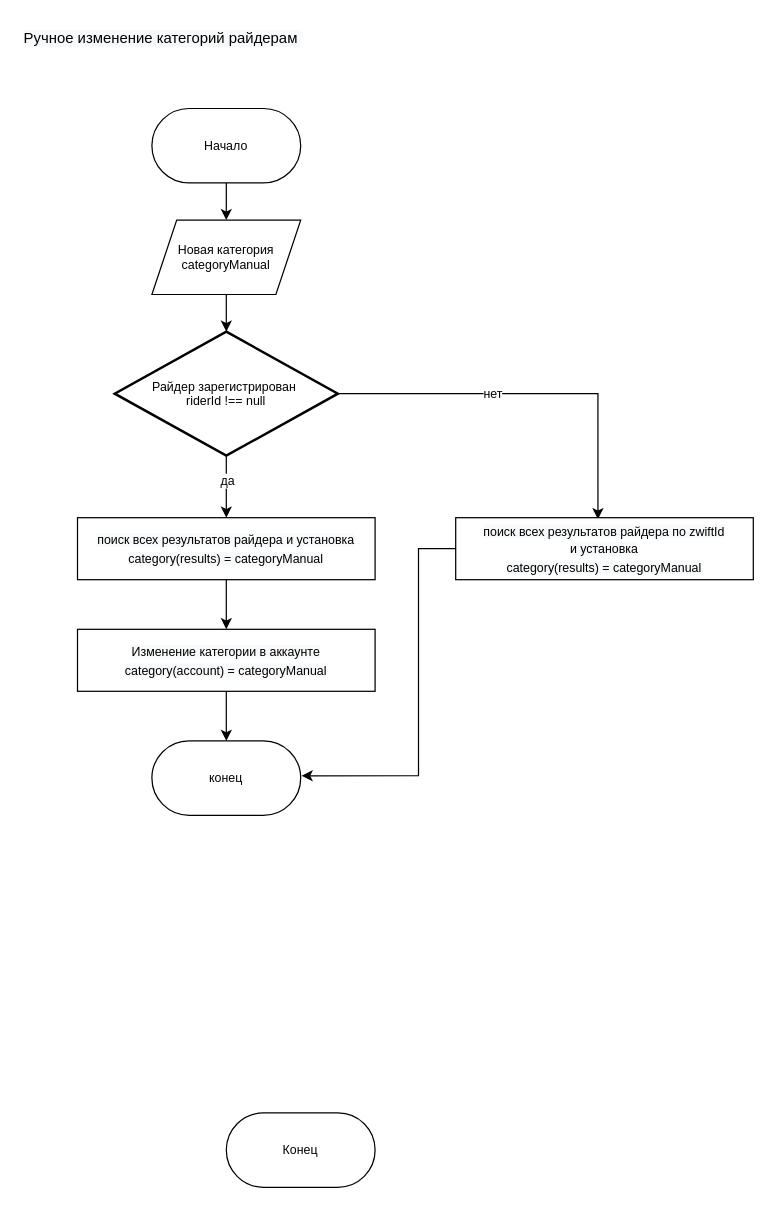
Before: page "Change categories manual" (6 of 6) of documents/algorithms.drawio in caH40/bot_komon_v2, a draw.io diagram. Source tidied: cells renumbered, new cells numbered last; positions are measured from the earlier drawing's top-left corner, leaving out a move shared by most shapes. Both pictures are drawn from the tidied source at 124%, with x=0, y=0 at pixel (21, 21).
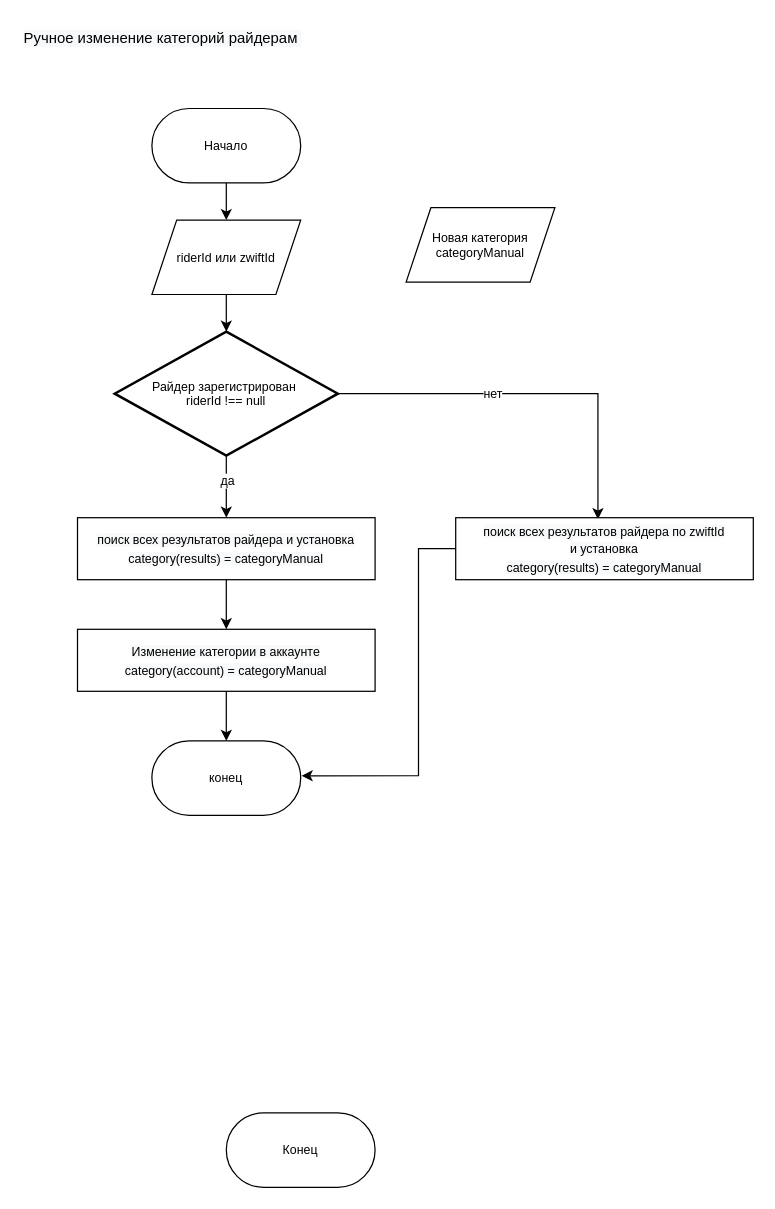
The same page after the edit.

Diff of the diagram source:
```diff
@@
-    <mxCell id="7" value="Новая категория&lt;br&gt;categoryManual" style="shape=parallelogram;perimeter=parallelogramPerimeter;whiteSpace=wrap;html=1;fixedSize=1;fontSize=10;" parent="1" vertex="1">
+    <mxCell id="7" value="riderId или zwiftId" style="shape=parallelogram;perimeter=parallelogramPerimeter;whiteSpace=wrap;html=1;fixedSize=1;fontSize=10;" parent="1" vertex="1">
       <mxGeometry x="105" y="160" width="120" height="60" as="geometry" />
     </mxCell>
@@
+    <mxCell id="20" value="Новая категория&lt;br&gt;categoryManual" style="shape=parallelogram;perimeter=parallelogramPerimeter;whiteSpace=wrap;html=1;fixedSize=1;fontSize=10;" parent="1" vertex="1">
+      <mxGeometry x="310" y="150" width="120" height="60" as="geometry" />
+    </mxCell>
```
